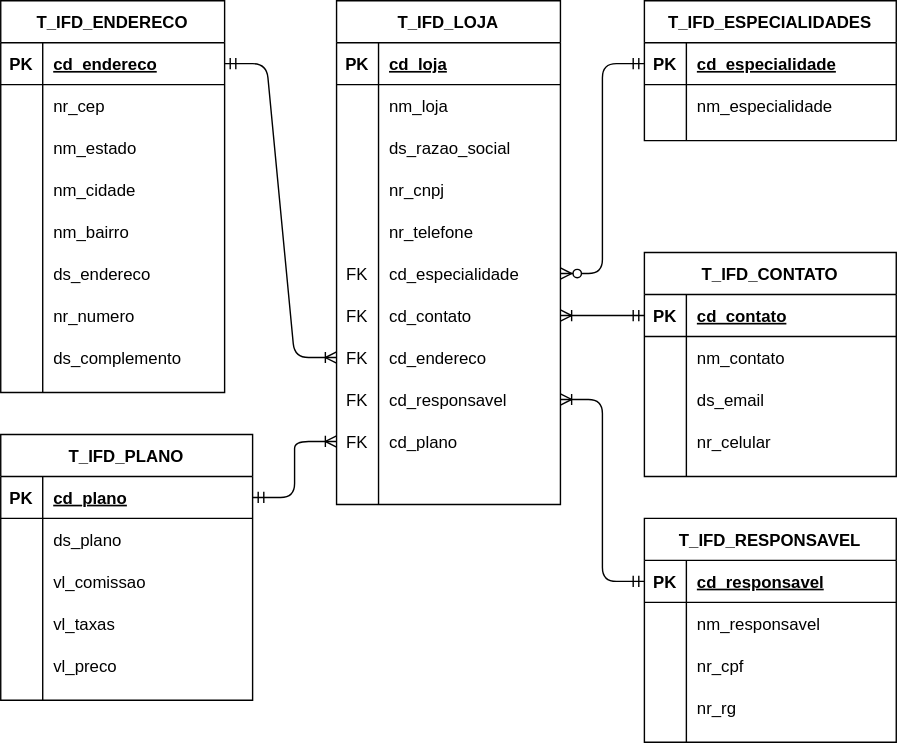
dmenezesgabriel/fiap-ifood-challenge keeps this draw.io diagram as diagrams/relational-model.drawio.svg. Above is the earlier version. Source tidied: cells renumbered, new cells last; positions are measured from the earlier drawing's top-left corner, leaving out a move shared by most shapes.
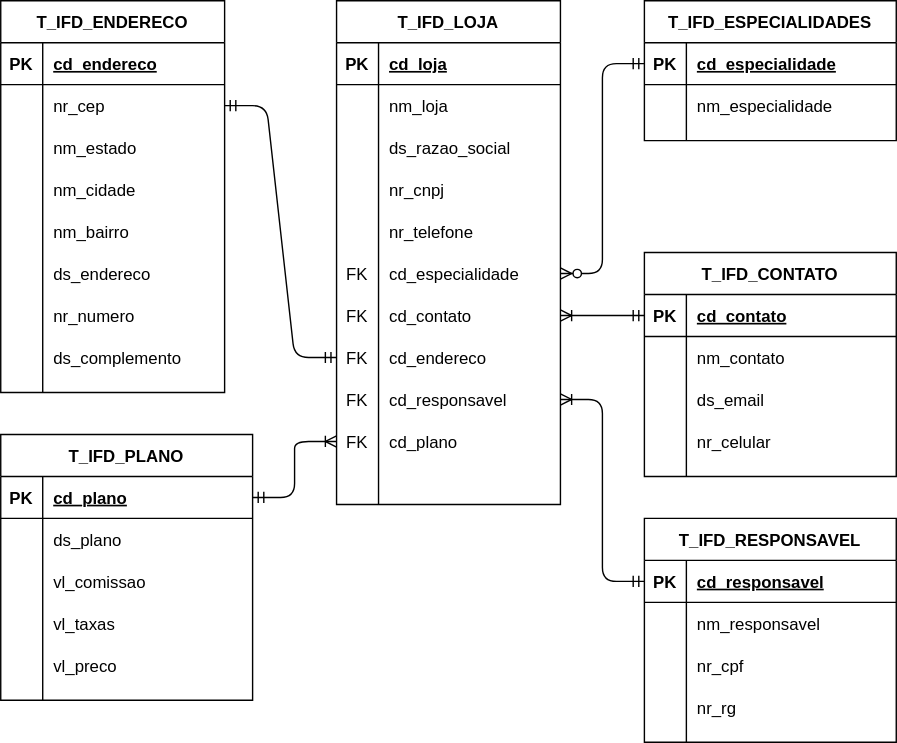
After the commit.

Commit message:
Update data model

The edit, as a diff of the source:
```diff
@@ -257,9 +257,6 @@
     <mxCell id="86" value="vl_preco" style="shape=partialRectangle;fillColor=none;top=0;left=0;bottom=0;right=0;align=left;spacingLeft=6;overflow=hidden;" parent="84" vertex="1">
       <mxGeometry x="30" width="150" height="30" as="geometry" />
     </mxCell>
-    <mxCell id="87" style="edgeStyle=entityRelationEdgeStyle;fontSize=12;html=1;endArrow=ERoneToMany;startArrow=ERmandOne;exitX=1;exitY=0.5;exitDx=0;exitDy=0;entryX=0;entryY=0.5;entryDx=0;entryDy=0;" parent="1" edge="1" source="34" target="24">
-      <mxGeometry relative="1" as="geometry" />
-    </mxCell>
     <mxCell id="88" style="edgeStyle=entityRelationEdgeStyle;fontSize=12;html=1;endArrow=ERoneToMany;startArrow=ERmandOne;exitX=0;exitY=0.5;exitDx=0;exitDy=0;entryX=1;entryY=0.5;entryDx=0;entryDy=0;" parent="1" edge="1" source="59" target="21">
       <mxGeometry relative="1" as="geometry" />
     </mxCell>
@@ -332,5 +329,8 @@
     <mxCell id="111" style="edgeStyle=entityRelationEdgeStyle;fontSize=12;html=1;endArrow=ERzeroToMany;startArrow=ERmandOne;exitX=0;exitY=0.5;exitDx=0;exitDy=0;entryX=1;entryY=0.5;entryDx=0;entryDy=0;" parent="1" edge="1" source="105" target="18">
       <mxGeometry relative="1" as="geometry" />
     </mxCell>
+    <mxCell id="112" style="edgeStyle=entityRelationEdgeStyle;fontSize=12;html=1;endArrow=ERmandOne;startArrow=ERmandOne;entryX=1;entryY=0.5;entryDx=0;entryDy=0;exitX=0;exitY=0.5;exitDx=0;exitDy=0;" parent="1" edge="1" source="24" target="37">
+      <mxGeometry relative="1" as="geometry" />
+    </mxCell>
   </root>
 </mxGraphModel>
```
